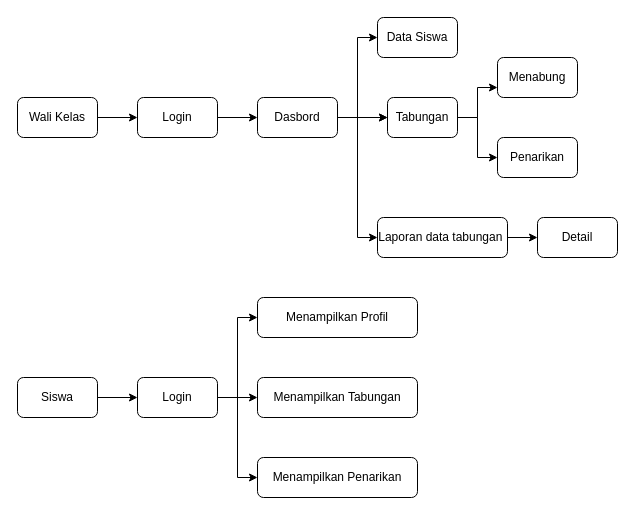
Before: alur.drawio in titapuspitas/Tefa-Tabungan, a draw.io diagram. Source tidied: cells renumbered, new cells numbered last; positions are measured from the earlier drawing's top-left corner, leaving out a move shared by most shapes. Both pictures are drawn from the tidied source at 100%, with x=0, y=0 at pixel (17, 17).
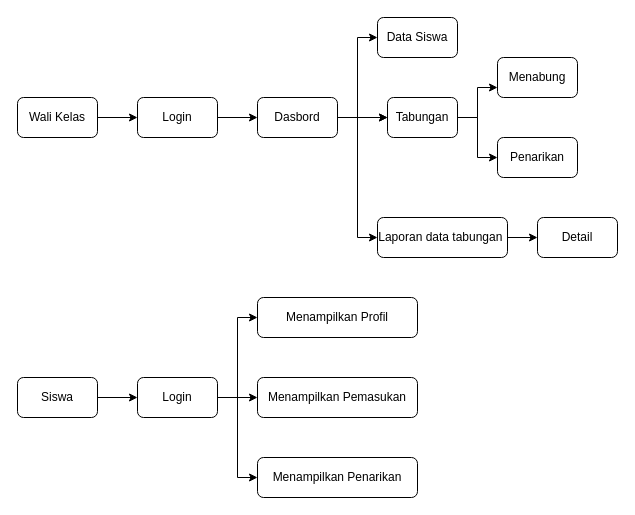
The same page after the edit.

Change to the diagram source:
```diff
@@
-    <mxCell id="27" value="Menampilkan Tabungan" style="whiteSpace=wrap;html=1;rounded=1;" parent="1" vertex="1">
+    <mxCell id="27" value="Menampilkan Pemasukan" style="whiteSpace=wrap;html=1;rounded=1;" parent="1" vertex="1">
       <mxGeometry x="240" y="360" width="160" height="40" as="geometry" />
     </mxCell>
```
